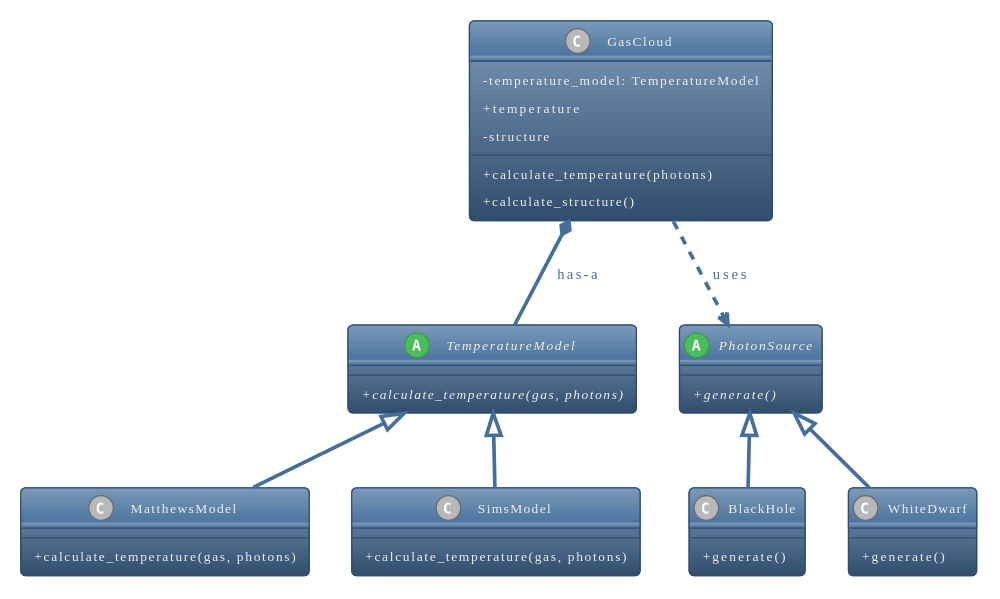
Above: presentations/object_oriented/img/oo_redesign.svg in OxfordRSE/training-slides-core (PlantUML), before the change.
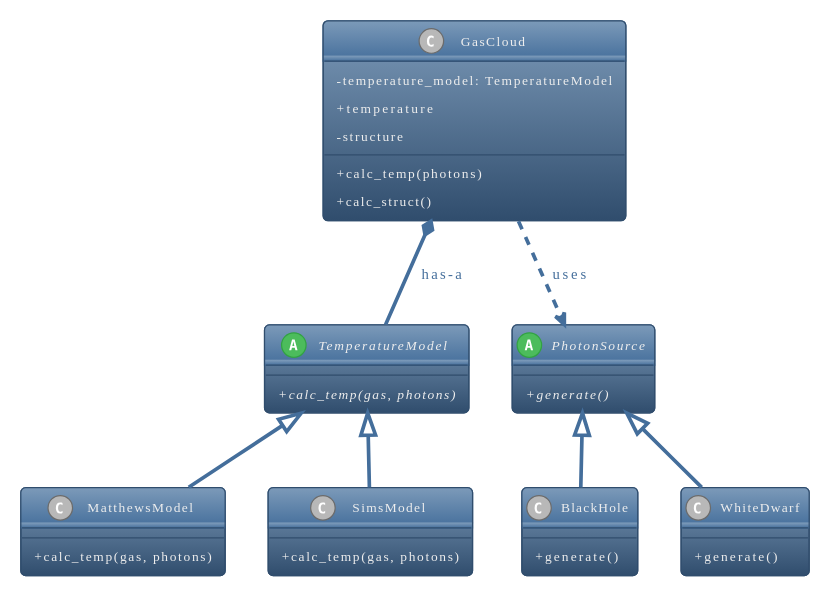
Later version of the same file.

Diff of the diagram source:
```diff
@@ -5,13 +5,13 @@
 scale 0.84
 
 abstract class TemperatureModel {
-  {abstract} +calculate_temperature(gas, photons)
+  {abstract} +calc_temp(gas, photons)
 }
 class MatthewsModel {
-  +calculate_temperature(gas, photons)
+  +calc_temp(gas, photons)
 }
 class SimsModel {
-  +calculate_temperature(gas, photons)
+  +calc_temp(gas, photons)
 }
 
 abstract class PhotonSource {
@@ -28,8 +28,8 @@
   -temperature_model: TemperatureModel
   +temperature
   -structure
-  +calculate_temperature(photons)
-  +calculate_structure()
+  +calc_temp(photons)
+  +calc_struct()
 }
 
 TemperatureModel <|-- MatthewsModel
```
